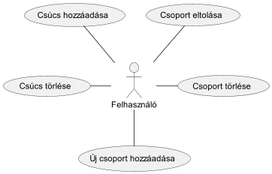
Isti01/PolygonSDF keeps this PlantUML diagram as Thesis/images/usecase_polygon_actions.png. Above is the earlier version. The source it was exported from:
```plantuml
@startuml
scale 2
:Felhasználó: as user

(Új csoport hozzáadása) as new_group
(Csoport törlése) as delete_group
(Csúcs hozzáadása) as add_vertex
(Csoport eltolása) as offset_group
(Csúcs törlése) as delete_vertex


user -- new_group
user - delete_group
add_vertex -- user
offset_group -- user
delete_vertex - user

@enduml
```
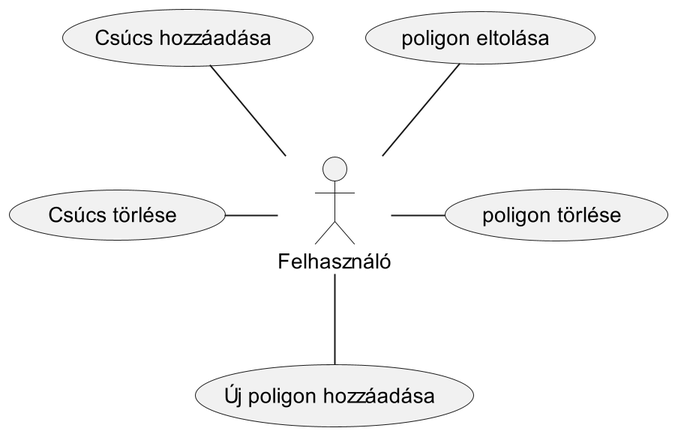
The same diagram one commit later.

Diff of the diagram source:
```diff
@@ -2,10 +2,10 @@
 scale 2
 :Felhasználó: as user
 
-(Új csoport hozzáadása) as new_group
-(Csoport törlése) as delete_group
+(Új poligon hozzáadása) as new_group
+(poligon törlése) as delete_group
 (Csúcs hozzáadása) as add_vertex
-(Csoport eltolása) as offset_group
+(poligon eltolása) as offset_group
 (Csúcs törlése) as delete_vertex
 
 
```
